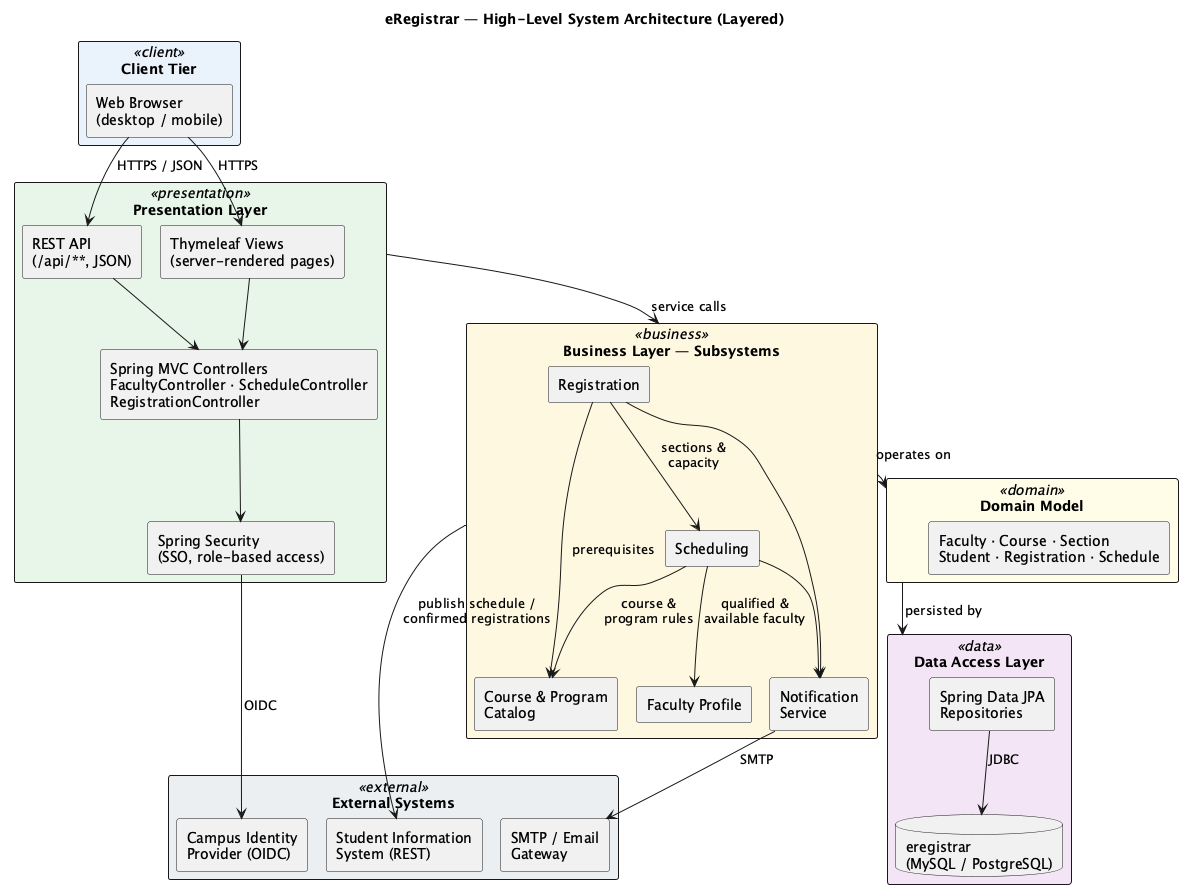
The PlantUML diagram Lab3_Architecture/diagrams/architecture_layers.png in ElfatihZiad/eregistrar, before a commit.
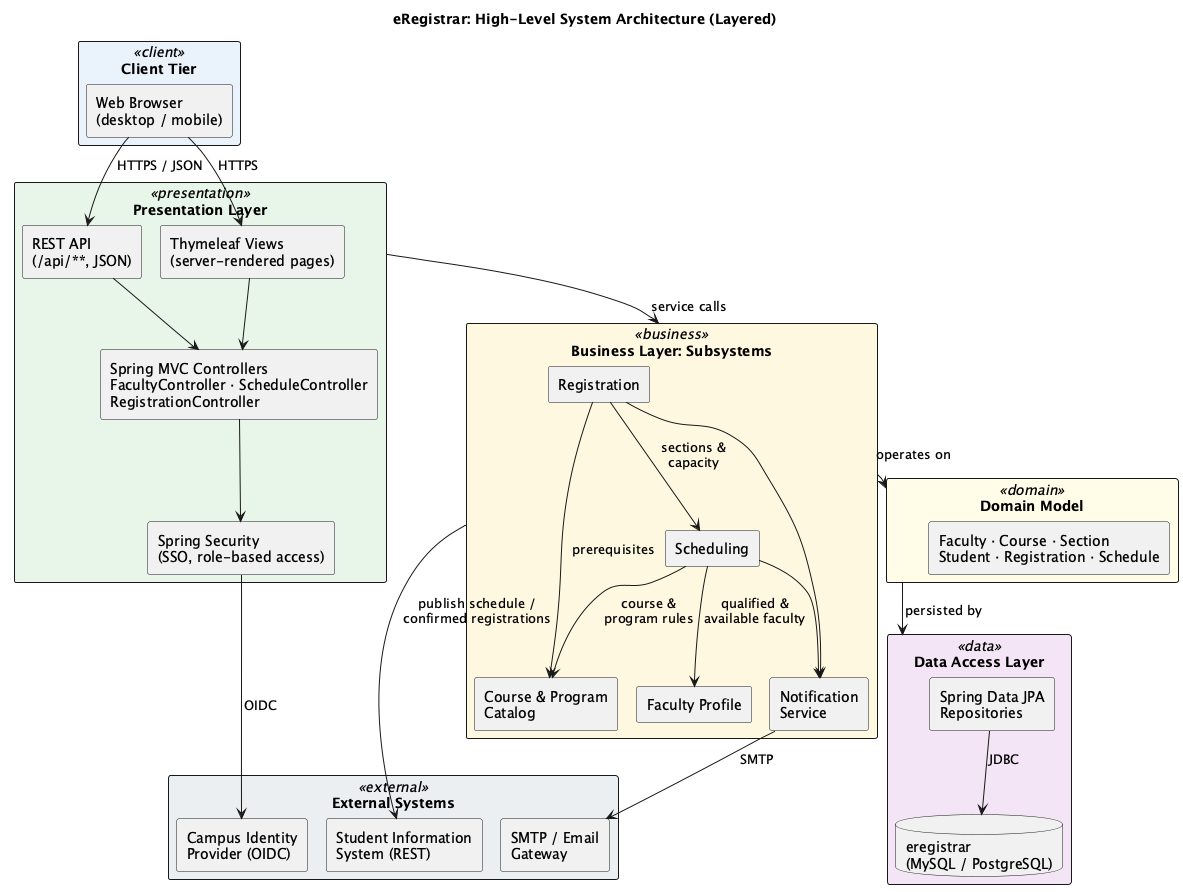
After the commit.

Change to the diagram source:
```diff
@@ -10,7 +10,7 @@
   BackgroundColor<<data>> #F3E5F5
   BackgroundColor<<external>> #ECEFF1
 }
-title eRegistrar — High-Level System Architecture (Layered)
+title eRegistrar: High-Level System Architecture (Layered)
 
 rectangle "Client Tier" <<client>> as L0 {
   component "Web Browser\n(desktop / mobile)" as Browser
@@ -23,7 +23,7 @@
   component "Spring Security\n(SSO, role-based access)" as Security
 }
 
-rectangle "Business Layer — Subsystems" <<business>> as L2 {
+rectangle "Business Layer: Subsystems" <<business>> as L2 {
   component "Faculty Profile" as SubFaculty
   component "Course & Program\nCatalog" as SubCatalog
   component "Scheduling" as SubSchedule
```
